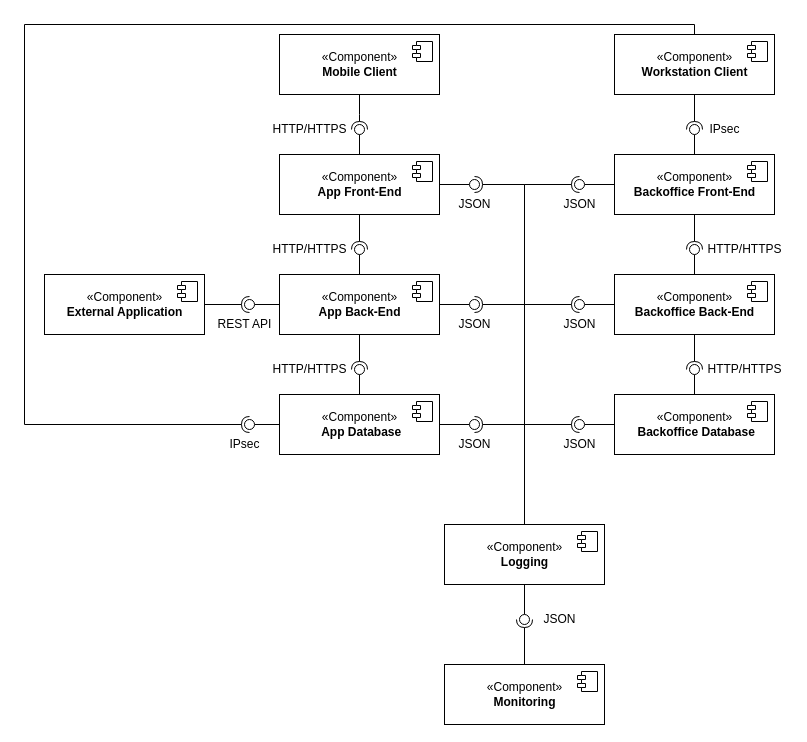
This is diagrams/arquitetura referencia/sources/ComponentDiagram.drawio from hmmaciel/controlframeworkpoc, a draw.io file, before an edit. Source tidied: cells renumbered, new cells numbered last; positions are measured from the earlier drawing's top-left corner, leaving out a move shared by most shapes. Both pictures are drawn from the tidied source at 100%, with x=0, y=0 at pixel (24, 24).
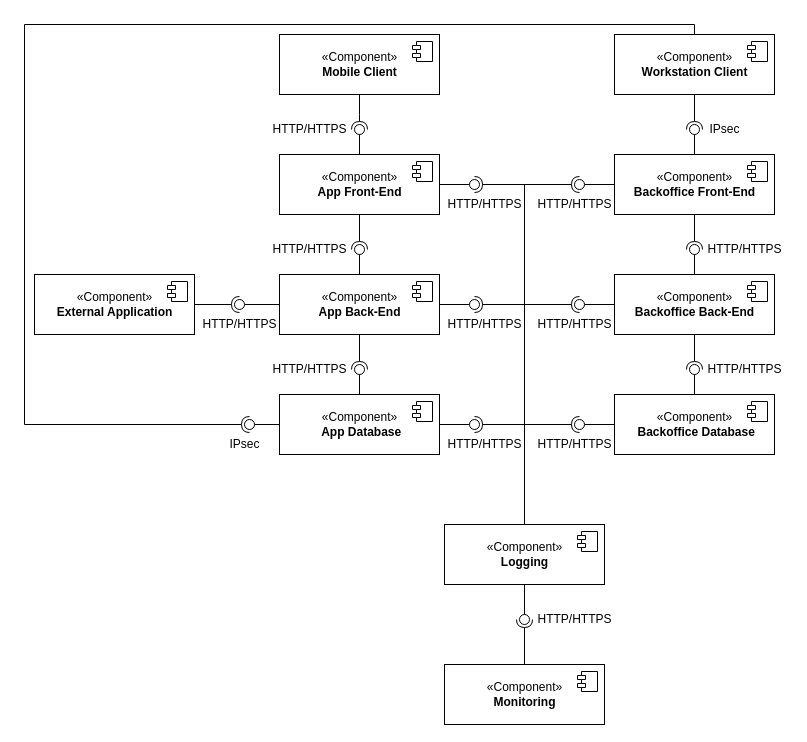
Above is the later version.

Change to the diagram source:
```diff
@@
-    <mxCell id="67" value="JSON" style="text;html=1;align=center;verticalAlign=middle;" parent="1" vertex="1">
-      <mxGeometry x="425" y="170" width="50" height="20" as="geometry" />
+    <mxCell id="67" value="&lt;div&gt;HTTP/HTTPS&lt;/div&gt;" style="text;html=1;align=center;verticalAlign=middle;" parent="1" vertex="1">
+      <mxGeometry x="415" y="170" width="90" height="20" as="geometry" />
     </mxCell>
-    <mxCell id="68" value="JSON" style="text;html=1;align=center;verticalAlign=middle;" parent="1" vertex="1">
-      <mxGeometry x="530" y="170" width="50" height="20" as="geometry" />
+    <mxCell id="68" value="&lt;div&gt;HTTP/HTTPS&lt;/div&gt;" style="text;html=1;align=center;verticalAlign=middle;" parent="1" vertex="1">
+      <mxGeometry x="505" y="170" width="90" height="20" as="geometry" />
     </mxCell>
-    <mxCell id="69" value="JSON" style="text;html=1;align=center;verticalAlign=middle;" parent="1" vertex="1">
-      <mxGeometry x="425" y="290" width="50" height="20" as="geometry" />
+    <mxCell id="69" value="&lt;div&gt;HTTP/HTTPS&lt;/div&gt;" style="text;html=1;align=center;verticalAlign=middle;" parent="1" vertex="1">
+      <mxGeometry x="415" y="290" width="90" height="20" as="geometry" />
     </mxCell>
-    <mxCell id="70" value="JSON" style="text;html=1;align=center;verticalAlign=middle;" parent="1" vertex="1">
-      <mxGeometry x="530" y="290" width="50" height="20" as="geometry" />
+    <mxCell id="70" value="&lt;div&gt;HTTP/HTTPS&lt;/div&gt;" style="text;html=1;align=center;verticalAlign=middle;" parent="1" vertex="1">
+      <mxGeometry x="505" y="290" width="90" height="20" as="geometry" />
     </mxCell>
-    <mxCell id="71" value="JSON" style="text;html=1;align=center;verticalAlign=middle;" parent="1" vertex="1">
-      <mxGeometry x="425" y="410" width="50" height="20" as="geometry" />
+    <mxCell id="71" value="&lt;div&gt;HTTP/HTTPS&lt;/div&gt;" style="text;html=1;align=center;verticalAlign=middle;" parent="1" vertex="1">
+      <mxGeometry x="415" y="410" width="90" height="20" as="geometry" />
     </mxCell>
-    <mxCell id="72" value="JSON" style="text;html=1;align=center;verticalAlign=middle;" parent="1" vertex="1">
-      <mxGeometry x="530" y="410" width="50" height="20" as="geometry" />
+    <mxCell id="72" value="&lt;div&gt;HTTP/HTTPS&lt;/div&gt;" style="text;html=1;align=center;verticalAlign=middle;" parent="1" vertex="1">
+      <mxGeometry x="505" y="410" width="90" height="20" as="geometry" />
     </mxCell>
-    <mxCell id="73" value="JSON" style="text;html=1;align=center;verticalAlign=middle;" parent="1" vertex="1">
-      <mxGeometry x="510" y="585" width="50" height="20" as="geometry" />
+    <mxCell id="73" value="&lt;div&gt;HTTP/HTTPS&lt;/div&gt;" style="text;html=1;align=center;verticalAlign=middle;" parent="1" vertex="1">
+      <mxGeometry x="505" y="585" width="90" height="20" as="geometry" />
     </mxCell>
@@
     <mxCell id="76" style="ellipse;whiteSpace=wrap;html=1;fontFamily=Helvetica;fontSize=12;fontColor=#000000;align=center;strokeColor=#000000;fillColor=#ffffff;points=[];" parent="1" vertex="1">
-      <mxGeometry x="220" y="275" width="10" height="10" as="geometry" />
+      <mxGeometry x="210" y="275" width="10" height="10" as="geometry" />
     </mxCell>
     <mxCell id="77" value="«Component»&lt;br&gt;&lt;b&gt;External Application&lt;br&gt;&lt;/b&gt;" style="html=1;" parent="1" vertex="1">
-      <mxGeometry x="20" y="250" width="160" height="60" as="geometry" />
+      <mxGeometry x="10" y="250" width="160" height="60" as="geometry" />
     </mxCell>
@@
-    <mxCell id="79" value="REST API" style="text;html=1;align=center;verticalAlign=middle;" parent="1" vertex="1">
-      <mxGeometry x="185" y="290" width="70" height="20" as="geometry" />
+    <mxCell id="79" value="HTTP/HTTPS" style="text;html=1;align=center;verticalAlign=middle;" parent="1" vertex="1">
+      <mxGeometry x="170" y="290" width="90" height="20" as="geometry" />
     </mxCell>
```
